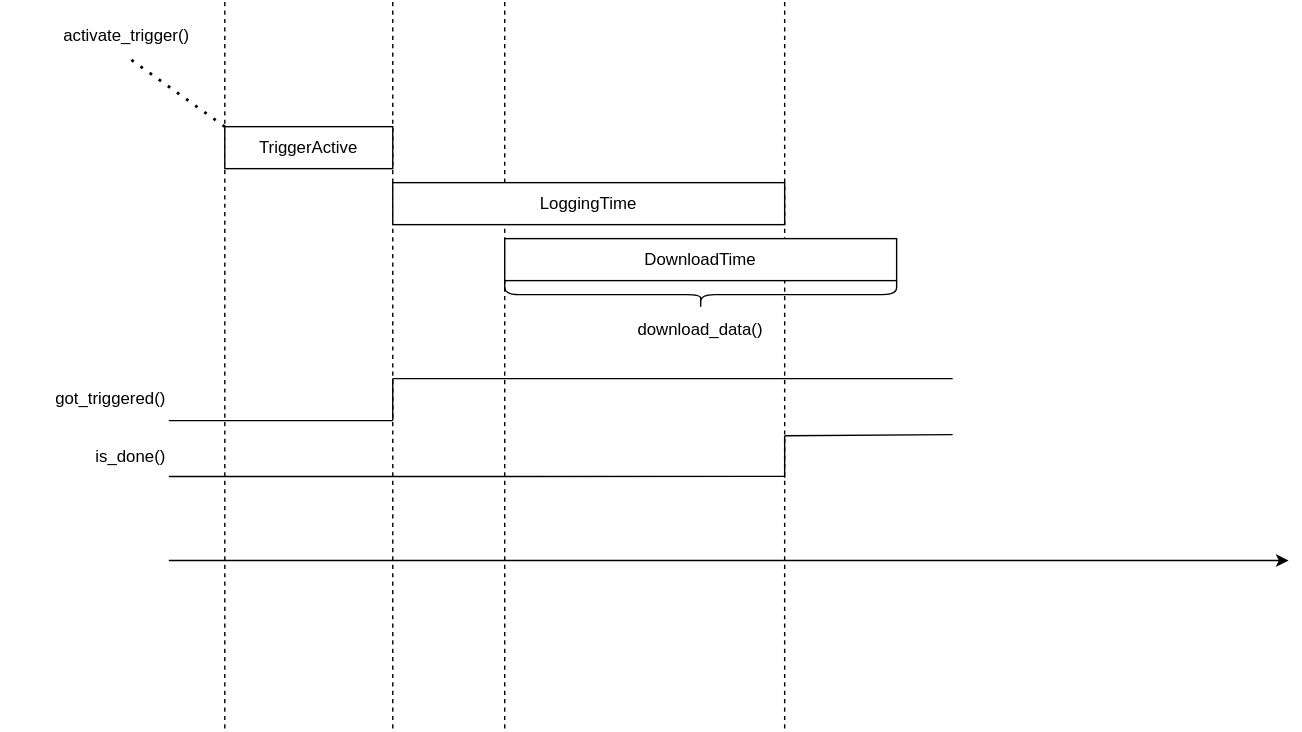
This is docs/datalogger.drawio.svg from analogdevicesinc/PyTrinamic, a draw.io export, as it was before one commit. Source tidied: cells renumbered, new cells last; positions are measured from the earlier drawing's top-left corner, leaving out a move shared by most shapes. Its diagram source:
```xml
<mxGraphModel>
  <root>
    <mxCell id="0" />
    <mxCell id="1" parent="0" />
    <mxCell id="2" style="endArrow=none;dashed=1;html=1;" parent="1" edge="1">
      <mxGeometry relative="1" as="geometry">
        <mxPoint x="160" y="520" as="sourcePoint" />
        <mxPoint x="160" as="targetPoint" />
      </mxGeometry>
    </mxCell>
    <mxCell id="3" style="endArrow=none;dashed=1;html=1;" parent="1" edge="1">
      <mxGeometry relative="1" as="geometry">
        <mxPoint x="280" y="520" as="sourcePoint" />
        <mxPoint x="280" as="targetPoint" />
      </mxGeometry>
    </mxCell>
    <mxCell id="4" style="endArrow=none;dashed=1;html=1;" parent="1" edge="1">
      <mxGeometry relative="1" as="geometry">
        <mxPoint x="360" y="520" as="sourcePoint" />
        <mxPoint x="360" as="targetPoint" />
      </mxGeometry>
    </mxCell>
    <mxCell id="5" style="endArrow=none;dashed=1;html=1;" parent="1" edge="1">
      <mxGeometry relative="1" as="geometry">
        <mxPoint x="560" y="520" as="sourcePoint" />
        <mxPoint x="560" as="targetPoint" />
      </mxGeometry>
    </mxCell>
    <mxCell id="6" style="endArrow=classic;html=1;" parent="1" edge="1">
      <mxGeometry relative="1" as="geometry">
        <mxPoint x="120" y="400" as="sourcePoint" />
        <mxPoint x="920" y="400" as="targetPoint" />
      </mxGeometry>
    </mxCell>
    <mxCell id="7" value="DownloadTime" style="rounded=0;whiteSpace=wrap;html=1;" parent="1" vertex="1">
      <mxGeometry x="360" y="170" width="280" height="30" as="geometry" />
    </mxCell>
    <mxCell id="8" value="LoggingTime" style="rounded=0;whiteSpace=wrap;html=1;" parent="1" vertex="1">
      <mxGeometry x="280" y="130" width="280" height="30" as="geometry" />
    </mxCell>
    <mxCell id="9" value="TriggerActive" style="rounded=0;whiteSpace=wrap;html=1;" parent="1" vertex="1">
      <mxGeometry x="160" y="90" width="120" height="30" as="geometry" />
    </mxCell>
    <mxCell id="10" value="activate_trigger()" style="text;html=1;strokeColor=none;fillColor=none;align=center;verticalAlign=middle;whiteSpace=wrap;rounded=0;" parent="1" vertex="1">
      <mxGeometry x="60" y="10" width="60" height="30" as="geometry" />
    </mxCell>
    <mxCell id="11" style="endArrow=none;dashed=1;html=1;dashPattern=1 3;strokeWidth=2;entryX=0.5;entryY=1;entryDx=0;entryDy=0;exitX=0;exitY=0;exitDx=0;exitDy=0;" parent="1" edge="1" source="9" target="10">
      <mxGeometry relative="1" as="geometry" />
    </mxCell>
    <mxCell id="12" value="got_triggered()" style="text;html=1;strokeColor=none;fillColor=none;align=right;verticalAlign=middle;whiteSpace=wrap;rounded=0;" parent="1" vertex="1">
      <mxGeometry y="270" width="120" height="30" as="geometry" />
    </mxCell>
    <mxCell id="13" style="endArrow=none;html=1;" parent="1" edge="1">
      <mxGeometry relative="1" as="geometry">
        <mxPoint x="120" y="300" as="sourcePoint" />
        <mxPoint x="280" y="300" as="targetPoint" />
      </mxGeometry>
    </mxCell>
    <mxCell id="14" style="endArrow=none;html=1;" parent="1" edge="1">
      <mxGeometry relative="1" as="geometry">
        <mxPoint x="280" y="300" as="sourcePoint" />
        <mxPoint x="280" y="270" as="targetPoint" />
      </mxGeometry>
    </mxCell>
    <mxCell id="15" style="endArrow=none;html=1;" parent="1" edge="1">
      <mxGeometry relative="1" as="geometry">
        <mxPoint x="280" y="270" as="sourcePoint" />
        <mxPoint x="680" y="270" as="targetPoint" />
      </mxGeometry>
    </mxCell>
    <mxCell id="16" value="is_done()" style="text;html=1;strokeColor=none;fillColor=none;align=right;verticalAlign=middle;whiteSpace=wrap;rounded=0;" parent="1" vertex="1">
      <mxGeometry y="310.9" width="120" height="30" as="geometry" />
    </mxCell>
    <mxCell id="17" style="endArrow=none;html=1;" parent="1" edge="1">
      <mxGeometry relative="1" as="geometry">
        <mxPoint x="120" y="340" as="sourcePoint" />
        <mxPoint x="560" y="339.9" as="targetPoint" />
      </mxGeometry>
    </mxCell>
    <mxCell id="18" style="endArrow=none;html=1;" parent="1" edge="1">
      <mxGeometry relative="1" as="geometry">
        <mxPoint x="560" y="340.9" as="sourcePoint" />
        <mxPoint x="560" y="310.9" as="targetPoint" />
      </mxGeometry>
    </mxCell>
    <mxCell id="19" style="endArrow=none;html=1;" parent="1" edge="1">
      <mxGeometry relative="1" as="geometry">
        <mxPoint x="560" y="310.9" as="sourcePoint" />
        <mxPoint x="680" y="310" as="targetPoint" />
      </mxGeometry>
    </mxCell>
    <mxCell id="20" style="shape=curlyBracket;whiteSpace=wrap;html=1;rounded=1;flipH=0;labelPosition=right;verticalLabelPosition=middle;align=left;verticalAlign=middle;direction=south;flipV=1;" parent="1" vertex="1">
      <mxGeometry x="360" y="200" width="280" height="20" as="geometry" />
    </mxCell>
    <mxCell id="21" value="download_data()" style="text;html=1;strokeColor=none;fillColor=none;align=center;verticalAlign=middle;whiteSpace=wrap;rounded=0;" parent="1" vertex="1">
      <mxGeometry x="470" y="220" width="60" height="30" as="geometry" />
    </mxCell>
  </root>
</mxGraphModel>
```
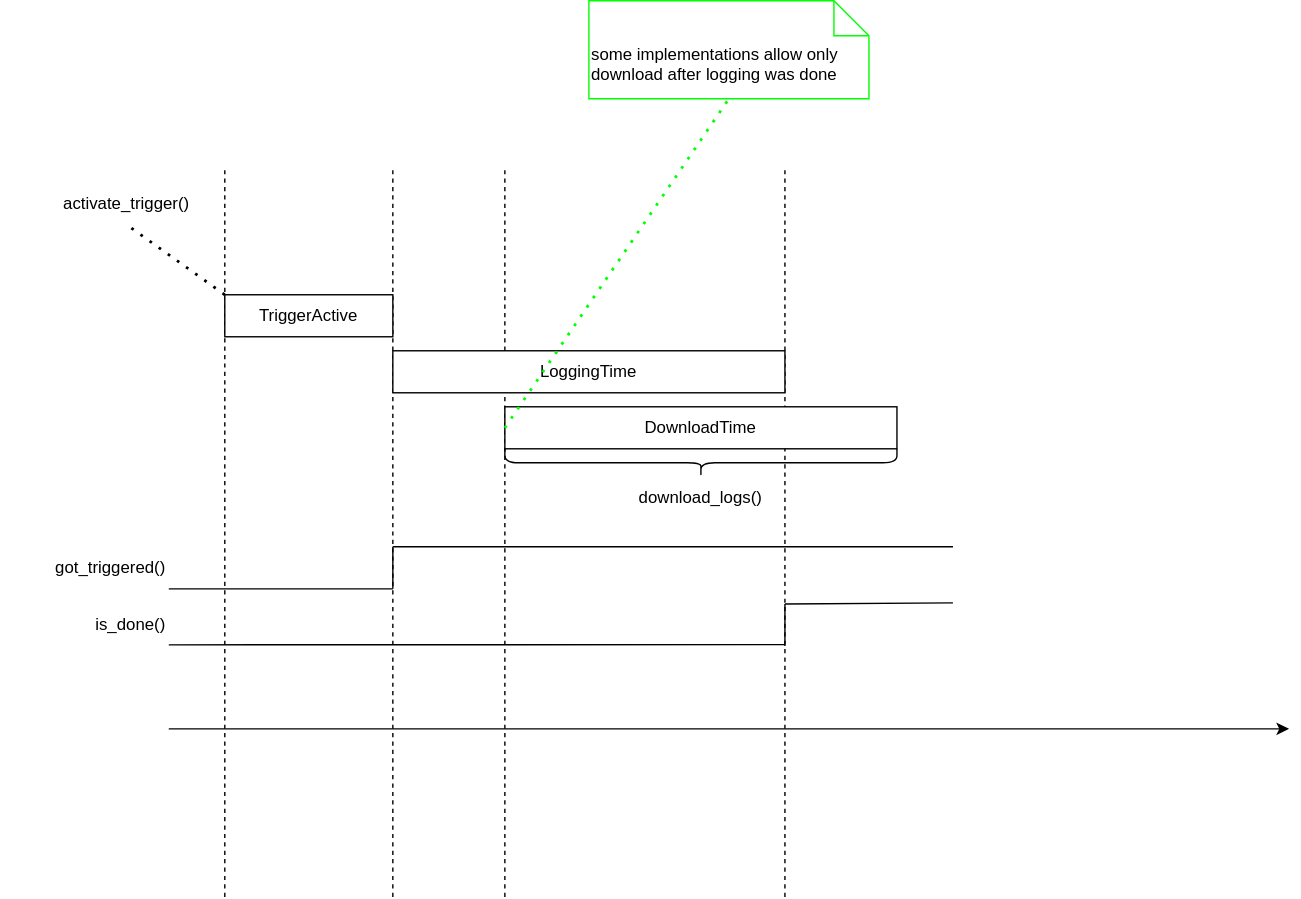
The same file after the commit.

Change to the diagram source:
```diff
@@ -92,8 +92,14 @@
     <mxCell id="20" style="shape=curlyBracket;whiteSpace=wrap;html=1;rounded=1;flipH=0;labelPosition=right;verticalLabelPosition=middle;align=left;verticalAlign=middle;direction=south;flipV=1;" parent="1" vertex="1">
       <mxGeometry x="360" y="200" width="280" height="20" as="geometry" />
     </mxCell>
-    <mxCell id="21" value="download_data()" style="text;html=1;strokeColor=none;fillColor=none;align=center;verticalAlign=middle;whiteSpace=wrap;rounded=0;" parent="1" vertex="1">
+    <mxCell id="21" value="download_logs()" style="text;html=1;strokeColor=none;fillColor=none;align=center;verticalAlign=middle;whiteSpace=wrap;rounded=0;" parent="1" vertex="1">
       <mxGeometry x="470" y="220" width="60" height="30" as="geometry" />
     </mxCell>
+    <mxCell id="22" value="some implementations allow only download after logging was done" style="shape=note2;boundedLbl=1;whiteSpace=wrap;html=1;size=25;verticalAlign=top;align=left;strokeColor=#00FF00;" parent="1" vertex="1">
+      <mxGeometry x="420" y="-120" width="200" height="70" as="geometry" />
+    </mxCell>
+    <mxCell id="23" style="endArrow=none;dashed=1;html=1;dashPattern=1 3;strokeWidth=2;entryX=0.5;entryY=1;entryDx=0;entryDy=0;exitX=0;exitY=0.5;exitDx=0;exitDy=0;entryPerimeter=0;strokeColor=#00FF00;" parent="1" edge="1" source="7" target="22">
+      <mxGeometry relative="1" as="geometry" />
+    </mxCell>
   </root>
 </mxGraphModel>
```
